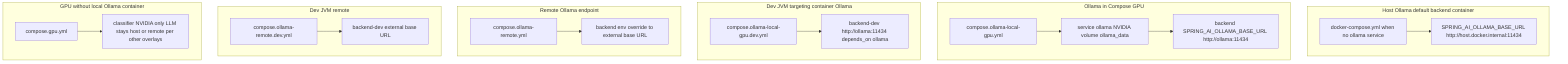
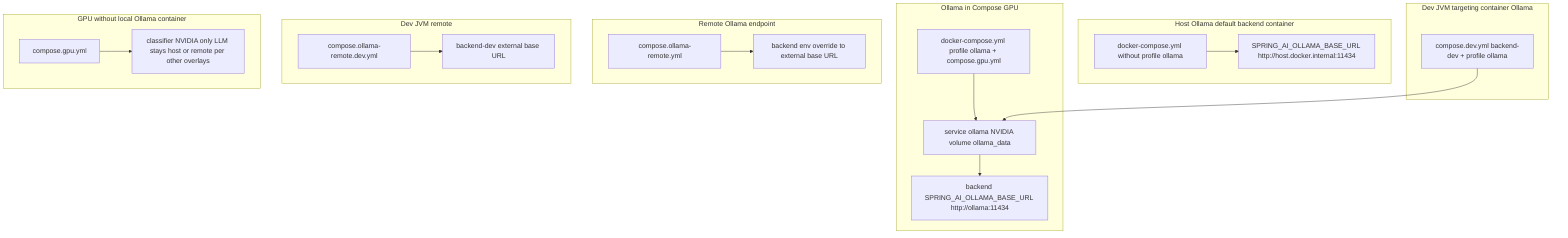
- %% Ollama wiring matrix — choose ONE primary path per environment composite URL wins over defaults in env files
+ %% Ollama wiring matrix — composite URL wins over defaults in env files
flowchart TB
  subgraph hostpath [Host Ollama default backend container]
-     H2["docker-compose.yml when no ollama service"]
+     H2["docker-compose.yml without profile ollama"]
    H1["SPRING_AI_OLLAMA_BASE_URL http://host.docker.internal:11434"]
    H2 --> H1
  end

  subgraph localgpu [Ollama in Compose GPU]
-     L1[compose.ollama-local-gpu.yml]
+     L0[docker-compose.yml profile ollama + compose.gpu.yml]
    L2["service ollama NVIDIA volume ollama_data"]
    L3["backend SPRING_AI_OLLAMA_BASE_URL http://ollama:11434"]
-     L1 --> L2 --> L3
+     L0 --> L2 --> L3
  end

  subgraph localgpu_dev [Dev JVM targeting container Ollama]
-     LD1[compose.ollama-local-gpu.dev.yml]
-     LD2["backend-dev http://ollama:11434 depends_on ollama"]
-     LD1 --> LD2
+     LD2["compose.dev.yml backend-dev + profile ollama"]
+     LD2 --> L2
  end

  subgraph remote [Remote Ollama endpoint]
    R1[compose.ollama-remote.yml]
    R2["backend env override to external base URL"]
    R1 --> R2
  end

  subgraph remote_dev [Dev JVM remote]
    RD1[compose.ollama-remote.dev.yml]
    RD2["backend-dev external base URL"]
    RD1 --> RD2
  end

  subgraph gpuonly [GPU without local Ollama container]
    G1[compose.gpu.yml]
    G2["classifier NVIDIA only LLM stays host or remote per other overlays"]
    G1 --> G2
  end
